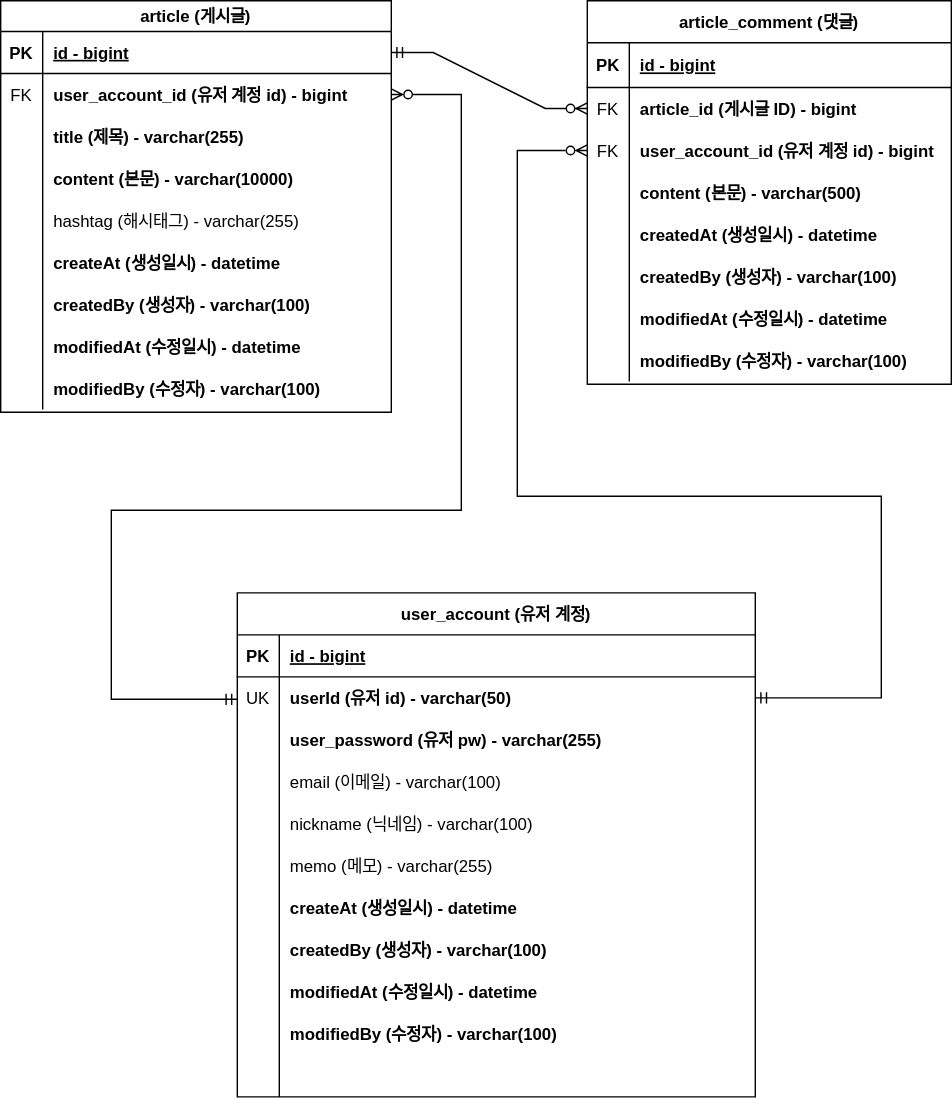
Before: document/project-board-erd.svg, a diagram exported from draw.io (whatkinda/fc-project-board). Source tidied: cells renumbered, new cells last; positions are measured from the earlier drawing's top-left corner, leaving out a move shared by most shapes.
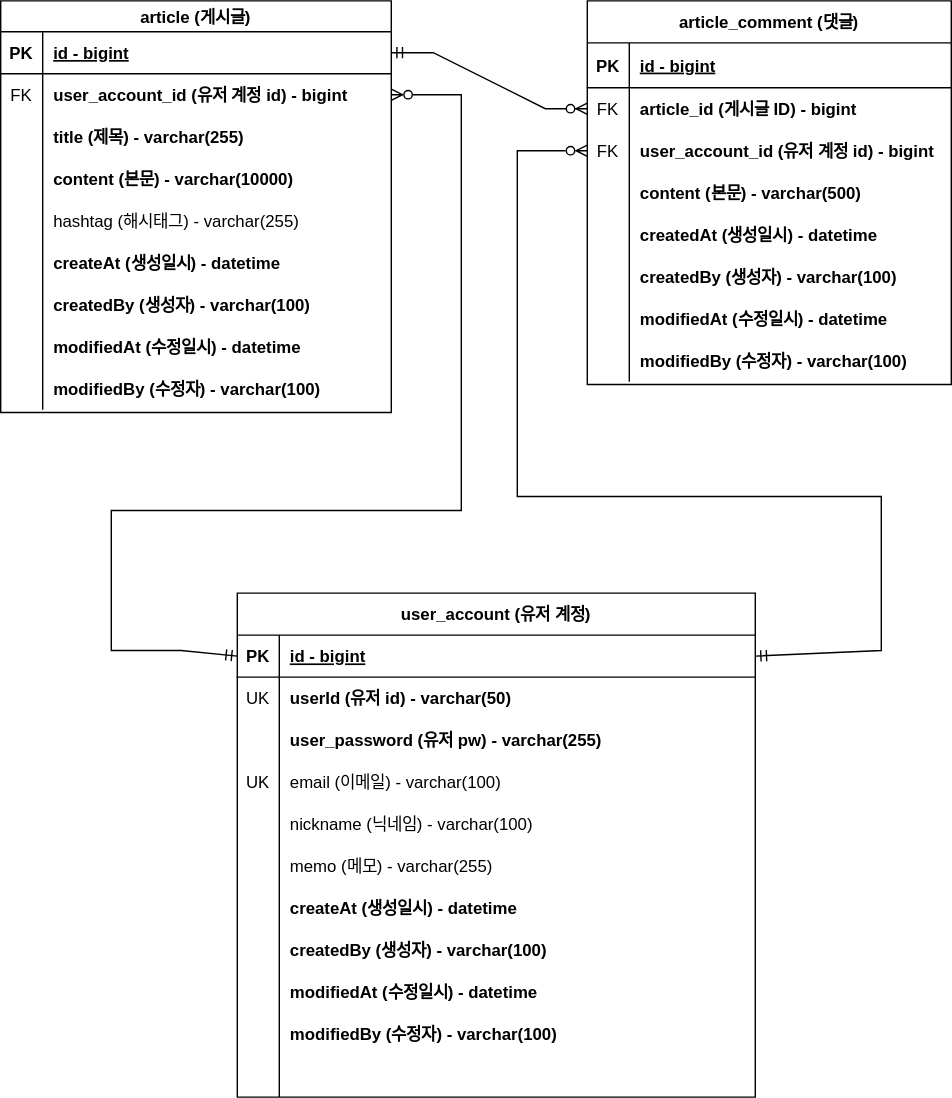
Above is the later version.

Commit message:
#25 - erd 업데이트(user_account email UK추가)

The edit, as a diff of the source:
```diff
@@ -197,7 +197,7 @@
     <mxCell id="66" style="shape=partialRectangle;fillColor=none;top=0;left=0;right=0;bottom=0;" parent="56" vertex="1">
       <mxGeometry y="120" width="370" height="30" as="geometry" />
     </mxCell>
-    <mxCell id="67" style="shape=partialRectangle;overflow=hidden;fillColor=none;top=0;left=0;bottom=0;right=0;" parent="66" vertex="1">
+    <mxCell id="67" value="UK" style="shape=partialRectangle;overflow=hidden;fillColor=none;top=0;left=0;bottom=0;right=0;" parent="66" vertex="1">
       <mxGeometry width="30" height="30" as="geometry" />
     </mxCell>
     <mxCell id="68" value="email (이메일) - varchar(100)" style="shape=partialRectangle;overflow=hidden;fillColor=none;top=0;left=0;bottom=0;right=0;align=left;spacingLeft=6;" parent="66" vertex="1">
@@ -266,24 +266,25 @@
     <mxCell id="89" style="shape=partialRectangle;overflow=hidden;fillColor=none;top=0;left=0;bottom=0;right=0;align=left;spacingLeft=6;fontStyle=1;" parent="87" vertex="1">
       <mxGeometry x="30" width="340" height="30" as="geometry" />
     </mxCell>
-    <mxCell id="90" style="endArrow=ERzeroToMany;html=1;rounded=0;entryX=0;entryY=0.5;entryDx=0;entryDy=0;exitX=1;exitY=0.5;exitDx=0;exitDy=0;startArrow=ERmandOne;startFill=0;endFill=0;" parent="1" edge="1" source="60" target="9">
+    <mxCell id="90" style="endArrow=ERzeroToMany;html=1;rounded=0;entryX=0;entryY=0.5;entryDx=0;entryDy=0;exitX=1;exitY=0.5;exitDx=0;exitDy=0;startArrow=ERmandOne;startFill=0;endFill=0;" parent="1" edge="1" source="57" target="9">
       <mxGeometry relative="1" as="geometry">
         <Array as="points">
-          <mxPoint x="629" y="498" />
+          <mxPoint x="629" y="464" />
           <mxPoint x="629" y="354" />
           <mxPoint x="369" y="354" />
           <mxPoint x="369" y="107" />
         </Array>
       </mxGeometry>
     </mxCell>
-    <mxCell id="91" style="endArrow=ERmandOne;html=1;rounded=0;exitX=1;exitY=0.5;exitDx=0;exitDy=0;startArrow=ERzeroToMany;startFill=0;endFill=0;" parent="1" edge="1" source="31">
+    <mxCell id="91" style="endArrow=ERmandOne;html=1;rounded=0;exitX=1;exitY=0.5;exitDx=0;exitDy=0;startArrow=ERzeroToMany;startFill=0;endFill=0;entryX=0;entryY=0.5;entryDx=0;entryDy=0;" parent="1" edge="1" source="31" target="57">
       <mxGeometry relative="1" as="geometry">
-        <mxPoint x="169" y="499" as="targetPoint" />
         <Array as="points">
           <mxPoint x="329" y="67" />
           <mxPoint x="329" y="364" />
           <mxPoint x="79" y="364" />
-          <mxPoint x="79" y="499" />
+          <mxPoint x="79" y="464" />
+          <mxPoint x="109" y="464" />
+          <mxPoint x="129" y="464" />
         </Array>
       </mxGeometry>
     </mxCell>
```
